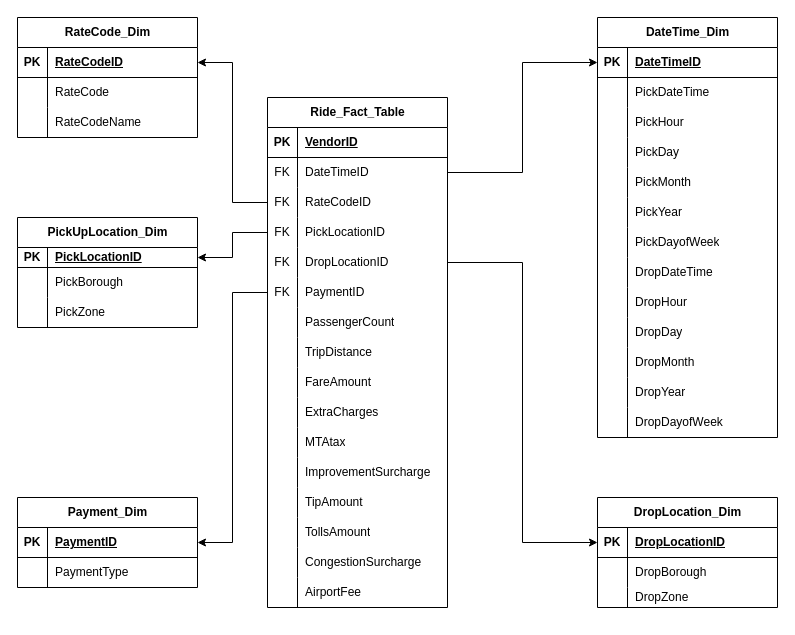
Earlier version of the draw.io diagram Diagrams/StarSchema.drawio (shnkreddy98/ETL-Pipeline-TaxiData). Source tidied: cells renumbered, new cells numbered last; positions are measured from the earlier drawing's top-left corner, leaving out a move shared by most shapes. Both pictures are drawn from the tidied source at 100%, with x=0, y=0 at pixel (17, 17).
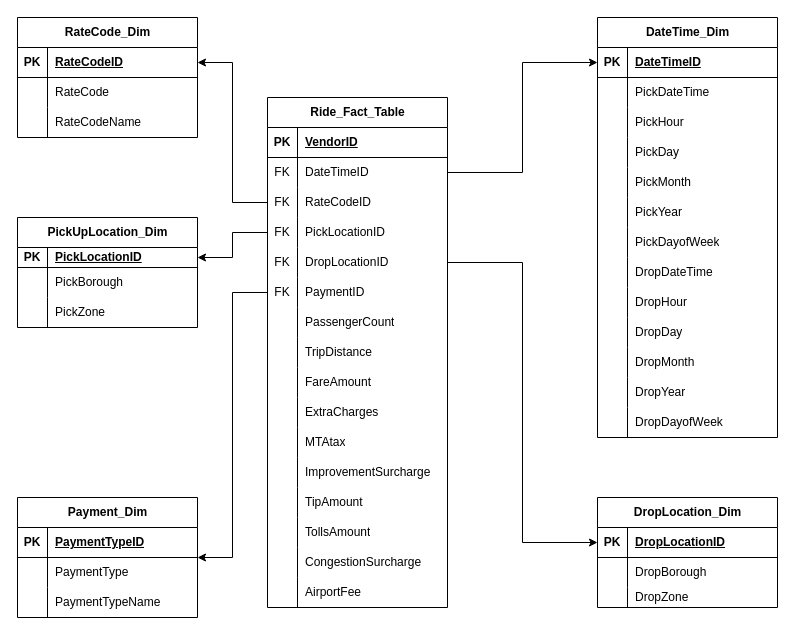
After the change.

The change refers to these unchanged cells:
```xml
<mxCell id="126" style="shape=tableRow;horizontal=0;startSize=0;swimlaneHead=0;swimlaneBody=0;fillColor=none;top=0;left=0;right=0;bottom=1;" parent="125" vertex="1">
  <mxGeometry y="30" width="180" height="30" as="geometry" />
</mxCell>
```

Diff of the diagram source:
```diff
@@
     <mxCell id="125" value="Payment_Dim" style="shape=table;startSize=30;childLayout=tableLayout;rowLines=0;fontStyle=1;align=center;html=1;" parent="1" vertex="1">
-      <mxGeometry y="480" width="180" height="90" as="geometry" />
+      <mxGeometry y="480" width="180" height="120" as="geometry" />
     </mxCell>
@@
-    <mxCell id="128" value="PaymentID" style="shape=partialRectangle;fillColor=none;top=0;left=0;bottom=0;right=0;align=left;spacingLeft=6;fontStyle=5;overflow=hidden;whiteSpace=wrap;html=1;" parent="126" vertex="1">
+    <mxCell id="128" value="PaymentTypeID" style="shape=partialRectangle;fillColor=none;top=0;left=0;bottom=0;right=0;align=left;spacingLeft=6;fontStyle=5;overflow=hidden;whiteSpace=wrap;html=1;" parent="126" vertex="1">
       <mxGeometry x="30" width="150" height="30" as="geometry" />
     </mxCell>
@@
+    <mxCell id="133" style="shape=tableRow;horizontal=0;startSize=0;swimlaneHead=0;swimlaneBody=0;fillColor=none;top=0;left=0;right=0;bottom=0;" parent="125" vertex="1">
+      <mxGeometry y="90" width="180" height="30" as="geometry" />
+    </mxCell>
+    <mxCell id="134" style="shape=partialRectangle;fillColor=none;top=0;left=0;bottom=0;right=0;overflow=hidden;whiteSpace=wrap;html=1;" parent="133" vertex="1">
+      <mxGeometry width="30" height="30" as="geometry" />
+    </mxCell>
+    <mxCell id="135" value="PaymentTypeName" style="shape=partialRectangle;fillColor=none;top=0;left=0;bottom=0;right=0;align=left;spacingLeft=6;overflow=hidden;whiteSpace=wrap;html=1;" parent="133" vertex="1">
+      <mxGeometry x="30" width="150" height="30" as="geometry" />
+    </mxCell>
```
